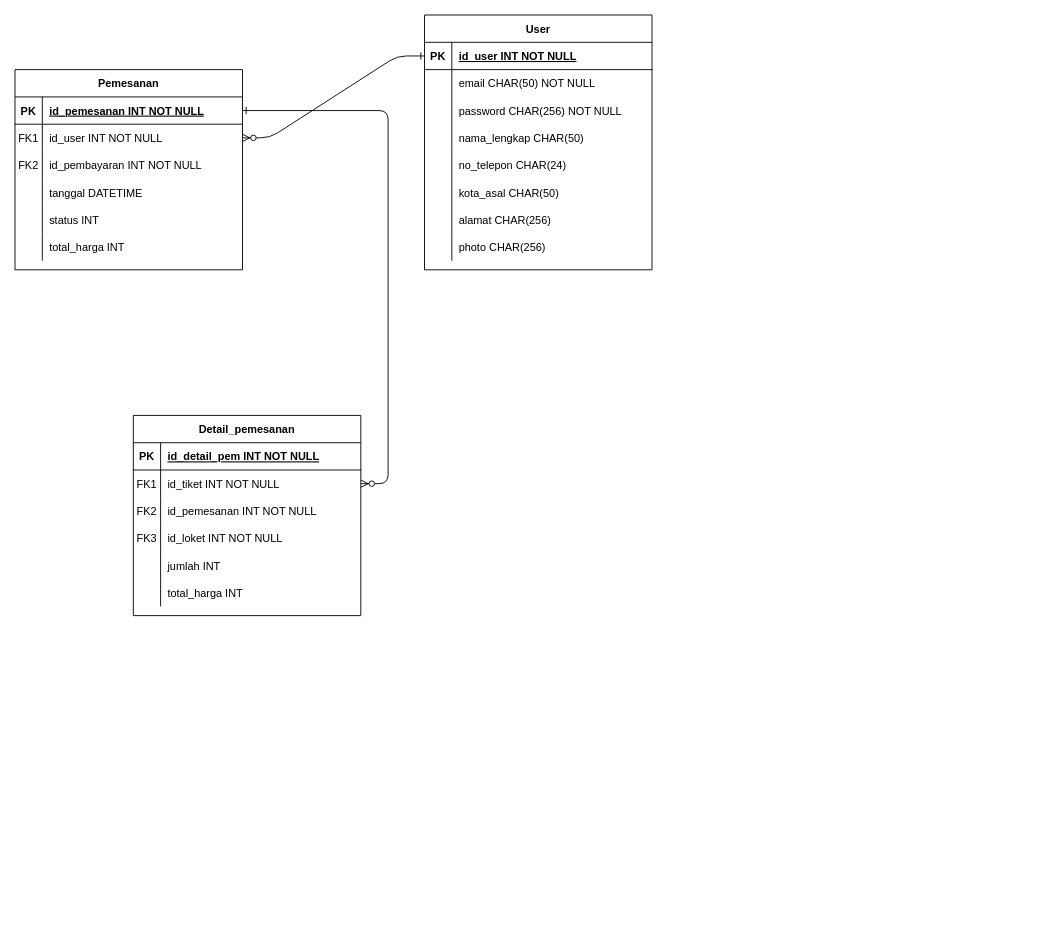
ricky03knowhere/IF214002 keeps this draw.io diagram as pertemuan_3/logical_ERD.drawio. Above is the earlier version. Source tidied: cells renumbered, new cells numbered last; positions are measured from the earlier drawing's top-left corner, leaving out a move shared by most shapes. Both pictures are drawn from the tidied source at 91%, with x=0, y=0 at pixel (15, 15).
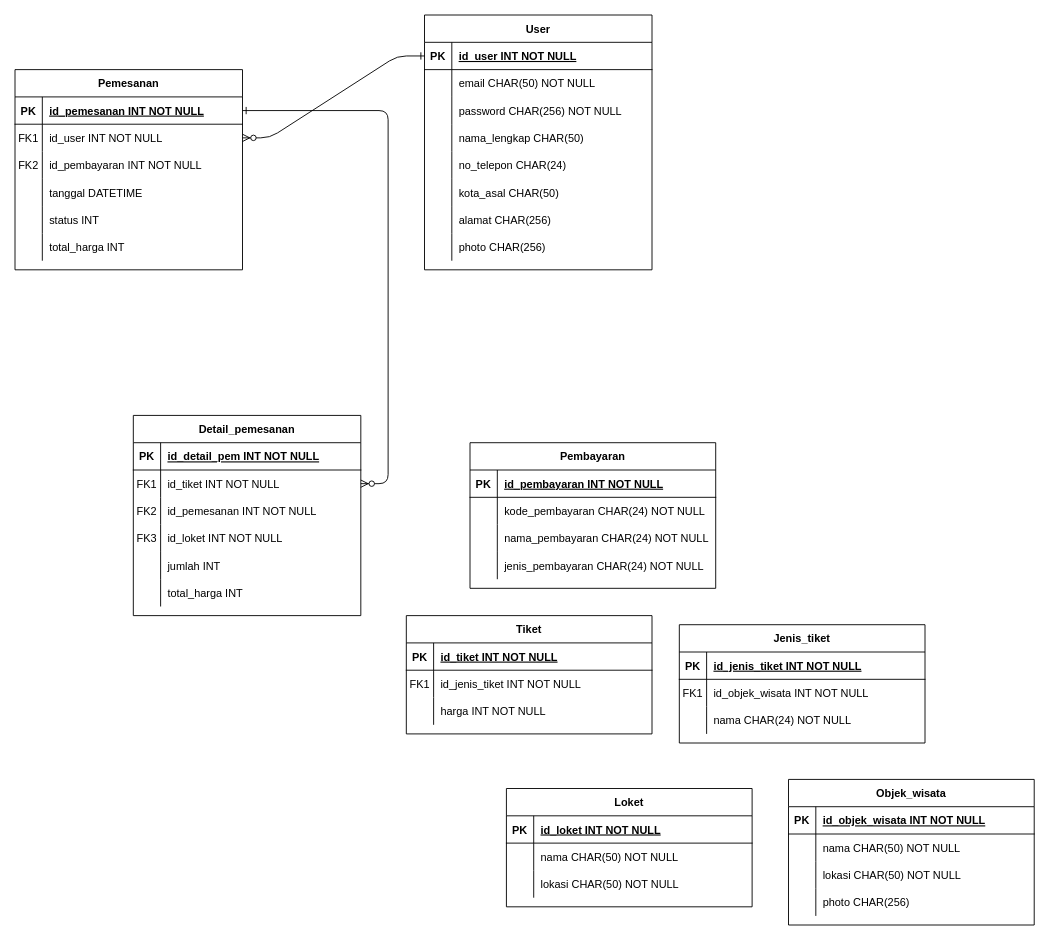
The same page after the edit.

Change to the diagram source:
```diff
@@
+    <mxCell id="67" value="Pembayaran" style="shape=table;startSize=30;childLayout=tableLayout;rowLines=0;fontStyle=1;align=center;" parent="1" vertex="1">
+      <mxGeometry x="500" y="470" width="270" height="160" as="geometry" />
+    </mxCell>
+    <mxCell id="68" style="shape=partialRectangle;fillColor=none;top=0;left=0;right=0;bottom=1;" parent="67" vertex="1">
+      <mxGeometry y="30" width="270" height="30" as="geometry" />
+    </mxCell>
+    <mxCell id="69" value="PK" style="shape=partialRectangle;overflow=hidden;fillColor=none;top=0;left=0;bottom=0;right=0;fontStyle=1;" parent="68" vertex="1">
+      <mxGeometry width="30" height="30" as="geometry" />
+    </mxCell>
+    <mxCell id="70" value="id_pembayaran INT NOT NULL " style="shape=partialRectangle;overflow=hidden;fillColor=none;top=0;left=0;bottom=0;right=0;align=left;spacingLeft=6;fontStyle=5;" parent="68" vertex="1">
+      <mxGeometry x="30" width="240" height="30" as="geometry" />
+    </mxCell>
+    <mxCell id="71" style="shape=partialRectangle;fillColor=none;top=0;left=0;right=0;bottom=0;" parent="67" vertex="1">
+      <mxGeometry y="60" width="270" height="30" as="geometry" />
+    </mxCell>
+    <mxCell id="72" style="shape=partialRectangle;overflow=hidden;fillColor=none;top=0;left=0;bottom=0;right=0;" parent="71" vertex="1">
+      <mxGeometry width="30" height="30" as="geometry" />
+    </mxCell>
+    <mxCell id="73" value="kode_pembayaran CHAR(24) NOT NULL" style="shape=partialRectangle;overflow=hidden;fillColor=none;top=0;left=0;bottom=0;right=0;align=left;spacingLeft=6;" parent="71" vertex="1">
+      <mxGeometry x="30" width="240" height="30" as="geometry" />
+    </mxCell>
+    <mxCell id="74" style="shape=partialRectangle;fillColor=none;top=0;left=0;right=0;bottom=0;" parent="67" vertex="1">
+      <mxGeometry y="90" width="270" height="30" as="geometry" />
+    </mxCell>
+    <mxCell id="75" style="shape=partialRectangle;overflow=hidden;fillColor=none;top=0;left=0;bottom=0;right=0;" parent="74" vertex="1">
+      <mxGeometry width="30" height="30" as="geometry" />
+    </mxCell>
+    <mxCell id="76" value="nama_pembayaran CHAR(24) NOT NULL" style="shape=partialRectangle;overflow=hidden;fillColor=none;top=0;left=0;bottom=0;right=0;align=left;spacingLeft=6;" parent="74" vertex="1">
+      <mxGeometry x="30" width="240" height="30" as="geometry" />
+    </mxCell>
+    <mxCell id="77" style="shape=partialRectangle;fillColor=none;top=0;left=0;right=0;bottom=0;" parent="67" vertex="1">
+      <mxGeometry y="120" width="270" height="30" as="geometry" />
+    </mxCell>
+    <mxCell id="78" style="shape=partialRectangle;overflow=hidden;fillColor=none;top=0;left=0;bottom=0;right=0;" parent="77" vertex="1">
+      <mxGeometry width="30" height="30" as="geometry" />
+    </mxCell>
+    <mxCell id="79" value="jenis_pembayaran CHAR(24) NOT NULL" style="shape=partialRectangle;overflow=hidden;fillColor=none;top=0;left=0;bottom=0;right=0;align=left;spacingLeft=6;" parent="77" vertex="1">
+      <mxGeometry x="30" width="240" height="30" as="geometry" />
+    </mxCell>
+    <mxCell id="80" value="Tiket" style="shape=table;startSize=30;childLayout=tableLayout;rowLines=0;fontStyle=1;align=center;" parent="1" vertex="1">
+      <mxGeometry x="430" y="660" width="270" height="130" as="geometry" />
+    </mxCell>
+    <mxCell id="81" style="shape=partialRectangle;fillColor=none;top=0;left=0;right=0;bottom=1;" parent="80" vertex="1">
+      <mxGeometry y="30" width="270" height="30" as="geometry" />
+    </mxCell>
+    <mxCell id="82" value="PK" style="shape=partialRectangle;overflow=hidden;fillColor=none;top=0;left=0;bottom=0;right=0;fontStyle=1;" parent="81" vertex="1">
+      <mxGeometry width="30" height="30" as="geometry" />
+    </mxCell>
+    <mxCell id="83" value="id_tiket INT NOT NULL " style="shape=partialRectangle;overflow=hidden;fillColor=none;top=0;left=0;bottom=0;right=0;align=left;spacingLeft=6;fontStyle=5;" parent="81" vertex="1">
+      <mxGeometry x="30" width="240" height="30" as="geometry" />
+    </mxCell>
+    <mxCell id="84" style="shape=partialRectangle;fillColor=none;top=0;left=0;right=0;bottom=0;" parent="80" vertex="1">
+      <mxGeometry y="60" width="270" height="30" as="geometry" />
+    </mxCell>
+    <mxCell id="85" value="FK1" style="shape=partialRectangle;overflow=hidden;fillColor=none;top=0;left=0;bottom=0;right=0;" parent="84" vertex="1">
+      <mxGeometry width="30" height="30" as="geometry" />
+    </mxCell>
+    <mxCell id="86" value="id_jenis_tiket INT NOT NULL" style="shape=partialRectangle;overflow=hidden;fillColor=none;top=0;left=0;bottom=0;right=0;align=left;spacingLeft=6;" parent="84" vertex="1">
+      <mxGeometry x="30" width="240" height="30" as="geometry" />
+    </mxCell>
+    <mxCell id="87" style="shape=partialRectangle;fillColor=none;top=0;left=0;right=0;bottom=0;" parent="80" vertex="1">
+      <mxGeometry y="90" width="270" height="30" as="geometry" />
+    </mxCell>
+    <mxCell id="88" style="shape=partialRectangle;overflow=hidden;fillColor=none;top=0;left=0;bottom=0;right=0;" parent="87" vertex="1">
+      <mxGeometry width="30" height="30" as="geometry" />
+    </mxCell>
+    <mxCell id="89" value="harga INT NOT NULL" style="shape=partialRectangle;overflow=hidden;fillColor=none;top=0;left=0;bottom=0;right=0;align=left;spacingLeft=6;" parent="87" vertex="1">
+      <mxGeometry x="30" width="240" height="30" as="geometry" />
+    </mxCell>
+    <mxCell id="90" value="Jenis_tiket" style="shape=table;startSize=30;childLayout=tableLayout;rowLines=0;fontStyle=1;align=center;" parent="1" vertex="1">
+      <mxGeometry x="730" y="670" width="270" height="130" as="geometry" />
+    </mxCell>
+    <mxCell id="91" style="shape=partialRectangle;fillColor=none;top=0;left=0;right=0;bottom=1;" parent="90" vertex="1">
+      <mxGeometry y="30" width="270" height="30" as="geometry" />
+    </mxCell>
+    <mxCell id="92" value="PK" style="shape=partialRectangle;overflow=hidden;fillColor=none;top=0;left=0;bottom=0;right=0;fontStyle=1;" parent="91" vertex="1">
+      <mxGeometry width="30" height="30" as="geometry" />
+    </mxCell>
+    <mxCell id="93" value="id_jenis_tiket INT NOT NULL " style="shape=partialRectangle;overflow=hidden;fillColor=none;top=0;left=0;bottom=0;right=0;align=left;spacingLeft=6;fontStyle=5;" parent="91" vertex="1">
+      <mxGeometry x="30" width="240" height="30" as="geometry" />
+    </mxCell>
+    <mxCell id="94" style="shape=partialRectangle;fillColor=none;top=0;left=0;right=0;bottom=0;" parent="90" vertex="1">
+      <mxGeometry y="60" width="270" height="30" as="geometry" />
+    </mxCell>
+    <mxCell id="95" value="FK1" style="shape=partialRectangle;overflow=hidden;fillColor=none;top=0;left=0;bottom=0;right=0;" parent="94" vertex="1">
+      <mxGeometry width="30" height="30" as="geometry" />
+    </mxCell>
+    <mxCell id="96" value="id_objek_wisata INT NOT NULL" style="shape=partialRectangle;overflow=hidden;fillColor=none;top=0;left=0;bottom=0;right=0;align=left;spacingLeft=6;" parent="94" vertex="1">
+      <mxGeometry x="30" width="240" height="30" as="geometry" />
+    </mxCell>
+    <mxCell id="97" style="shape=partialRectangle;fillColor=none;top=0;left=0;right=0;bottom=0;" parent="90" vertex="1">
+      <mxGeometry y="90" width="270" height="30" as="geometry" />
+    </mxCell>
+    <mxCell id="98" style="shape=partialRectangle;overflow=hidden;fillColor=none;top=0;left=0;bottom=0;right=0;" parent="97" vertex="1">
+      <mxGeometry width="30" height="30" as="geometry" />
+    </mxCell>
+    <mxCell id="99" value="nama CHAR(24) NOT NULL" style="shape=partialRectangle;overflow=hidden;fillColor=none;top=0;left=0;bottom=0;right=0;align=left;spacingLeft=6;" parent="97" vertex="1">
+      <mxGeometry x="30" width="240" height="30" as="geometry" />
+    </mxCell>
+    <mxCell id="100" value="Loket" style="shape=table;startSize=30;childLayout=tableLayout;rowLines=0;fontStyle=1;align=center;" parent="1" vertex="1">
+      <mxGeometry x="540" y="850" width="270" height="130" as="geometry" />
+    </mxCell>
+    <mxCell id="101" style="shape=partialRectangle;fillColor=none;top=0;left=0;right=0;bottom=1;" parent="100" vertex="1">
+      <mxGeometry y="30" width="270" height="30" as="geometry" />
+    </mxCell>
+    <mxCell id="102" value="PK" style="shape=partialRectangle;overflow=hidden;fillColor=none;top=0;left=0;bottom=0;right=0;fontStyle=1;" parent="101" vertex="1">
+      <mxGeometry width="30" height="30" as="geometry" />
+    </mxCell>
+    <mxCell id="103" value="id_loket INT NOT NULL " style="shape=partialRectangle;overflow=hidden;fillColor=none;top=0;left=0;bottom=0;right=0;align=left;spacingLeft=6;fontStyle=5;" parent="101" vertex="1">
+      <mxGeometry x="30" width="240" height="30" as="geometry" />
+    </mxCell>
+    <mxCell id="104" style="shape=partialRectangle;fillColor=none;top=0;left=0;right=0;bottom=0;" parent="100" vertex="1">
+      <mxGeometry y="60" width="270" height="30" as="geometry" />
+    </mxCell>
+    <mxCell id="105" style="shape=partialRectangle;overflow=hidden;fillColor=none;top=0;left=0;bottom=0;right=0;" parent="104" vertex="1">
+      <mxGeometry width="30" height="30" as="geometry" />
+    </mxCell>
+    <mxCell id="106" value="nama CHAR(50) NOT NULL" style="shape=partialRectangle;overflow=hidden;fillColor=none;top=0;left=0;bottom=0;right=0;align=left;spacingLeft=6;" parent="104" vertex="1">
+      <mxGeometry x="30" width="240" height="30" as="geometry" />
+    </mxCell>
+    <mxCell id="107" style="shape=partialRectangle;fillColor=none;top=0;left=0;right=0;bottom=0;" parent="100" vertex="1">
+      <mxGeometry y="90" width="270" height="30" as="geometry" />
+    </mxCell>
+    <mxCell id="108" style="shape=partialRectangle;overflow=hidden;fillColor=none;top=0;left=0;bottom=0;right=0;" parent="107" vertex="1">
+      <mxGeometry width="30" height="30" as="geometry" />
+    </mxCell>
+    <mxCell id="109" value="lokasi CHAR(50) NOT NULL" style="shape=partialRectangle;overflow=hidden;fillColor=none;top=0;left=0;bottom=0;right=0;align=left;spacingLeft=6;" parent="107" vertex="1">
+      <mxGeometry x="30" width="240" height="30" as="geometry" />
+    </mxCell>
+    <mxCell id="110" value="Objek_wisata" style="shape=table;startSize=30;childLayout=tableLayout;rowLines=0;fontStyle=1;align=center;" parent="1" vertex="1">
+      <mxGeometry x="850" y="840" width="270" height="160" as="geometry" />
+    </mxCell>
+    <mxCell id="111" style="shape=partialRectangle;fillColor=none;top=0;left=0;right=0;bottom=1;" parent="110" vertex="1">
+      <mxGeometry y="30" width="270" height="30" as="geometry" />
+    </mxCell>
+    <mxCell id="112" value="PK" style="shape=partialRectangle;overflow=hidden;fillColor=none;top=0;left=0;bottom=0;right=0;fontStyle=1;" parent="111" vertex="1">
+      <mxGeometry width="30" height="30" as="geometry" />
+    </mxCell>
+    <mxCell id="113" value="id_objek_wisata INT NOT NULL " style="shape=partialRectangle;overflow=hidden;fillColor=none;top=0;left=0;bottom=0;right=0;align=left;spacingLeft=6;fontStyle=5;" parent="111" vertex="1">
+      <mxGeometry x="30" width="240" height="30" as="geometry" />
+    </mxCell>
+    <mxCell id="114" style="shape=partialRectangle;fillColor=none;top=0;left=0;right=0;bottom=0;" parent="110" vertex="1">
+      <mxGeometry y="60" width="270" height="30" as="geometry" />
+    </mxCell>
+    <mxCell id="115" style="shape=partialRectangle;overflow=hidden;fillColor=none;top=0;left=0;bottom=0;right=0;" parent="114" vertex="1">
+      <mxGeometry width="30" height="30" as="geometry" />
+    </mxCell>
+    <mxCell id="116" value="nama CHAR(50) NOT NULL" style="shape=partialRectangle;overflow=hidden;fillColor=none;top=0;left=0;bottom=0;right=0;align=left;spacingLeft=6;" parent="114" vertex="1">
+      <mxGeometry x="30" width="240" height="30" as="geometry" />
+    </mxCell>
+    <mxCell id="117" style="shape=partialRectangle;fillColor=none;top=0;left=0;right=0;bottom=0;" parent="110" vertex="1">
+      <mxGeometry y="90" width="270" height="30" as="geometry" />
+    </mxCell>
+    <mxCell id="118" style="shape=partialRectangle;overflow=hidden;fillColor=none;top=0;left=0;bottom=0;right=0;" parent="117" vertex="1">
+      <mxGeometry width="30" height="30" as="geometry" />
+    </mxCell>
+    <mxCell id="119" value="lokasi CHAR(50) NOT NULL" style="shape=partialRectangle;overflow=hidden;fillColor=none;top=0;left=0;bottom=0;right=0;align=left;spacingLeft=6;" parent="117" vertex="1">
+      <mxGeometry x="30" width="240" height="30" as="geometry" />
+    </mxCell>
+    <mxCell id="120" style="shape=partialRectangle;fillColor=none;top=0;left=0;right=0;bottom=0;" parent="110" vertex="1">
+      <mxGeometry y="120" width="270" height="30" as="geometry" />
+    </mxCell>
+    <mxCell id="121" style="shape=partialRectangle;overflow=hidden;fillColor=none;top=0;left=0;bottom=0;right=0;" parent="120" vertex="1">
+      <mxGeometry width="30" height="30" as="geometry" />
+    </mxCell>
+    <mxCell id="122" value="photo CHAR(256)" style="shape=partialRectangle;overflow=hidden;fillColor=none;top=0;left=0;bottom=0;right=0;align=left;spacingLeft=6;" parent="120" vertex="1">
+      <mxGeometry x="30" width="240" height="30" as="geometry" />
+    </mxCell>
```
